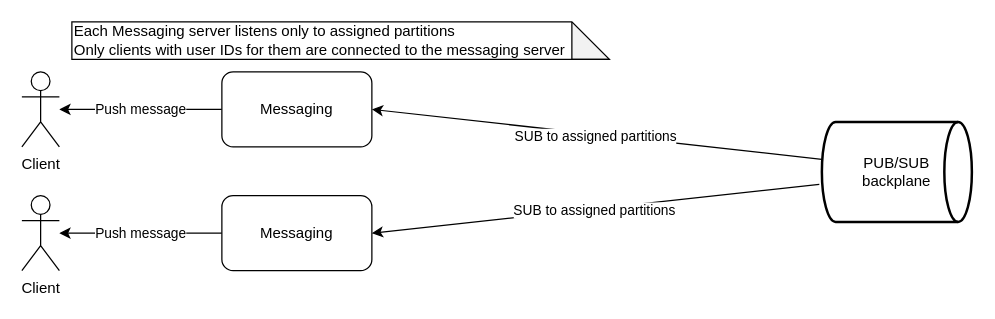
The draw.io diagram docs/diagrams/cecochat-03-message-receive.drawio in cvetomir-todorov/CecoChat, before the edit. Source tidied: cells renumbered, new cells numbered last; positions are measured from the earlier drawing's top-left corner, leaving out a move shared by most shapes. Both pictures are drawn from the tidied source at 125%, with x=0, y=0 at pixel (21, 21).
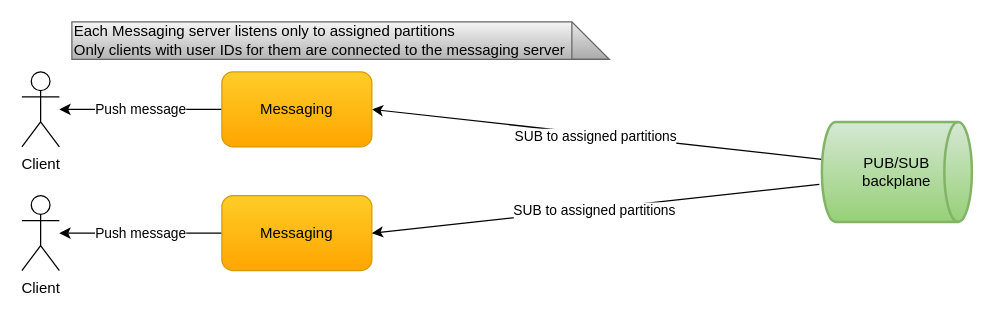
Above is the later version.

The edit, as a diff of the source:
```diff
@@
 <mxGraphModel>
   <root>
     <mxCell id="0" />
     <mxCell id="1" parent="0" />
     <mxCell id="2" value="Push message" style="edgeStyle=orthogonalEdgeStyle;rounded=0;jettySize=auto;html=1;entryX=0;entryY=0.5;entryDx=0;entryDy=0;startArrow=classic;startFill=1;endArrow=none;endFill=0;" parent="1" edge="1" source="3" target="7">
       <mxGeometry relative="1" as="geometry" />
     </mxCell>
     <mxCell id="3" value="Client" style="shape=umlActor;verticalLabelPosition=bottom;verticalAlign=top;html=1;outlineConnect=0;" parent="1" vertex="1">
       <mxGeometry y="40" width="30" height="60" as="geometry" />
     </mxCell>
     <mxCell id="4" value="Push message" style="edgeStyle=orthogonalEdgeStyle;rounded=0;jettySize=auto;html=1;entryX=0;entryY=0.5;entryDx=0;entryDy=0;startArrow=classic;startFill=1;endArrow=none;endFill=0;" parent="1" edge="1" source="5" target="10">
       <mxGeometry relative="1" as="geometry" />
     </mxCell>
     <mxCell id="5" value="Client" style="shape=umlActor;verticalLabelPosition=bottom;verticalAlign=top;html=1;outlineConnect=0;" parent="1" vertex="1">
       <mxGeometry y="139" width="30" height="60" as="geometry" />
     </mxCell>
     <mxCell id="6" value="SUB to assigned partitions" style="rounded=0;jettySize=auto;html=1;entryX=0;entryY=0.375;entryDx=0;entryDy=0;entryPerimeter=0;startArrow=classic;startFill=1;exitX=1;exitY=0.5;exitDx=0;exitDy=0;endArrow=none;endFill=0;" parent="1" edge="1" source="7" target="8">
       <mxGeometry y="-2" relative="1" as="geometry">
         <mxPoint x="-1" as="offset" />
       </mxGeometry>
     </mxCell>
-    <mxCell id="7" value="&lt;font style=&quot;font-size: 12px&quot;&gt;Messaging&lt;/font&gt;" style="rounded=1;whiteSpace=wrap;html=1;" parent="1" vertex="1">
+    <mxCell id="7" value="&lt;font style=&quot;font-size: 12px&quot;&gt;Messaging&lt;/font&gt;" style="rounded=1;whiteSpace=wrap;html=1;gradientColor=#ffa500;fillColor=#ffcd28;strokeColor=#d79b00;" parent="1" vertex="1">
       <mxGeometry x="160" y="40" width="120" height="60" as="geometry" />
     </mxCell>
-    <mxCell id="8" value="PUB/SUB&lt;br&gt;backplane" style="strokeWidth=2;html=1;shape=mxgraph.flowchart.direct_data;whiteSpace=wrap;" parent="1" vertex="1">
+    <mxCell id="8" value="PUB/SUB&lt;br&gt;backplane" style="strokeWidth=2;html=1;shape=mxgraph.flowchart.direct_data;whiteSpace=wrap;gradientColor=#97d077;fillColor=#d5e8d4;strokeColor=#82b366;" parent="1" vertex="1">
       <mxGeometry x="640" y="80" width="120" height="80" as="geometry" />
     </mxCell>
-    <mxCell id="9" value="Each Messaging server listens only to assigned partitions&lt;br&gt;Only clients with user IDs for them are connected to the messaging server" style="shape=note;whiteSpace=wrap;html=1;backgroundOutline=1;darkOpacity=0.05;align=left;" parent="1" vertex="1">
+    <mxCell id="9" value="Each Messaging server listens only to assigned partitions&lt;br&gt;Only clients with user IDs for them are connected to the messaging server" style="shape=note;whiteSpace=wrap;html=1;backgroundOutline=1;darkOpacity=0.05;align=left;gradientColor=#b3b3b3;fillColor=#f5f5f5;strokeColor=#666666;" parent="1" vertex="1">
       <mxGeometry x="40" width="430" height="30" as="geometry" />
     </mxCell>
-    <mxCell id="10" value="&lt;font style=&quot;font-size: 12px&quot;&gt;Messaging&lt;/font&gt;" style="rounded=1;whiteSpace=wrap;html=1;" parent="1" vertex="1">
+    <mxCell id="10" value="&lt;font style=&quot;font-size: 12px&quot;&gt;Messaging&lt;/font&gt;" style="rounded=1;whiteSpace=wrap;html=1;gradientColor=#ffa500;fillColor=#ffcd28;strokeColor=#d79b00;" parent="1" vertex="1">
       <mxGeometry x="160" y="139" width="120" height="60" as="geometry" />
     </mxCell>
     <mxCell id="11" value="SUB to assigned partitions" style="rounded=0;jettySize=auto;html=1;entryX=-0.017;entryY=0.625;entryDx=0;entryDy=0;entryPerimeter=0;startArrow=classic;startFill=1;exitX=1;exitY=0.5;exitDx=0;exitDy=0;endArrow=none;endFill=0;" parent="1" edge="1" source="10" target="8">
       <mxGeometry y="-2" relative="1" as="geometry">
         <mxPoint x="-1" as="offset" />
       </mxGeometry>
     </mxCell>
   </root>
 </mxGraphModel>
```
